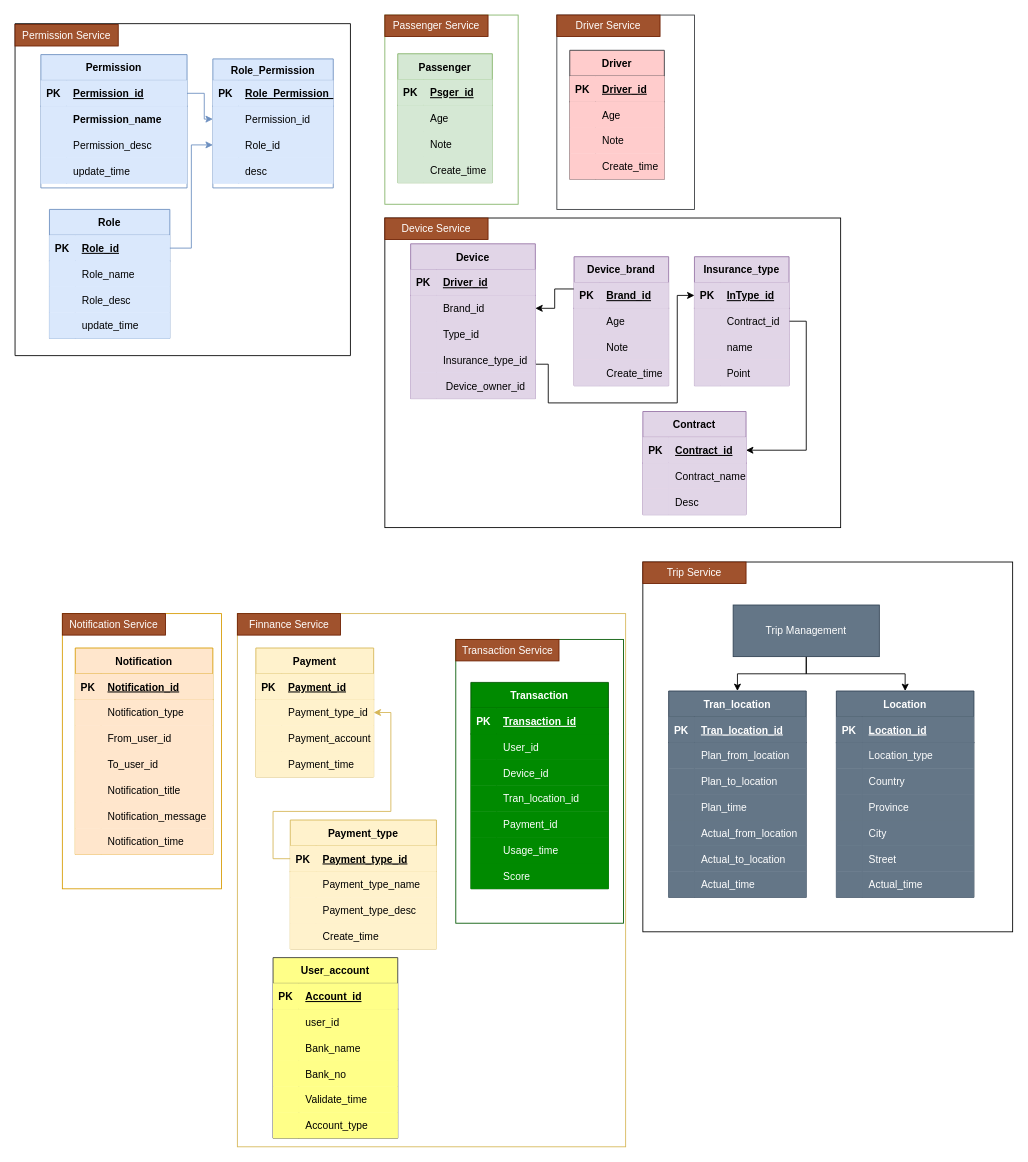
JackZhao2517/drawio_folder keeps this draw.io diagram as DD_DB Arch view.drawio. Above is the earlier version. Source tidied: cells renumbered, new cells numbered last; positions are measured from the earlier drawing's top-left corner, leaving out a move shared by most shapes. Both pictures are drawn from the tidied source at 86%, with x=0, y=0 at pixel (15, 15).
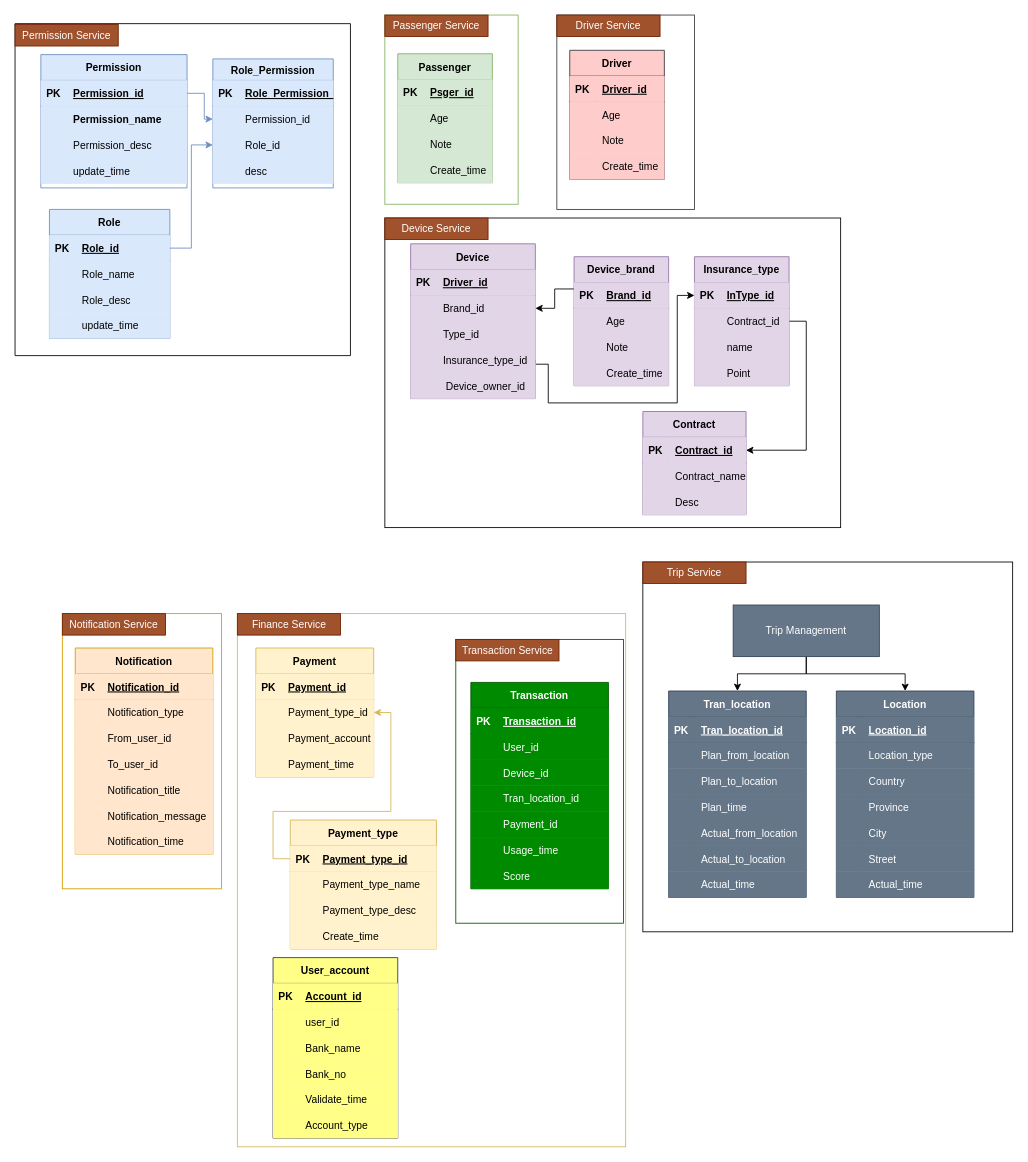
The same page after the edit.

What changed in the source:
```diff
@@
-    <mxCell id="275" value="Finnance Service" style="text;html=1;strokeColor=#6D1F00;fillColor=#a0522d;align=center;verticalAlign=middle;whiteSpace=wrap;rounded=0;fontColor=#ffffff;" parent="1" vertex="1">
+    <mxCell id="275" value="Finance Service" style="text;html=1;strokeColor=#6D1F00;fillColor=#a0522d;align=center;verticalAlign=middle;whiteSpace=wrap;rounded=0;fontColor=#ffffff;" parent="1" vertex="1">
       <mxGeometry x="258.5" y="696" width="120" height="25" as="geometry" />
     </mxCell>
```
